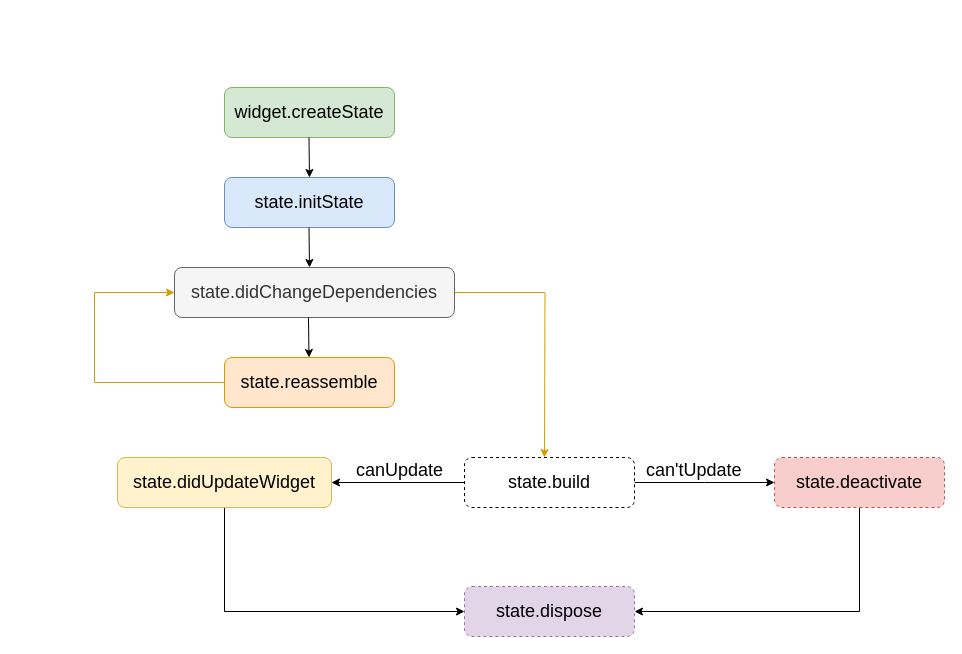
This is t.drawio from jinjilynn/flutter_tour, a draw.io file, before an edit. Source tidied: cells renumbered, new cells numbered last; positions are measured from the earlier drawing's top-left corner, leaving out a move shared by most shapes. Both pictures are drawn from the tidied source at 100%, with x=0, y=0 at pixel (94, 87).
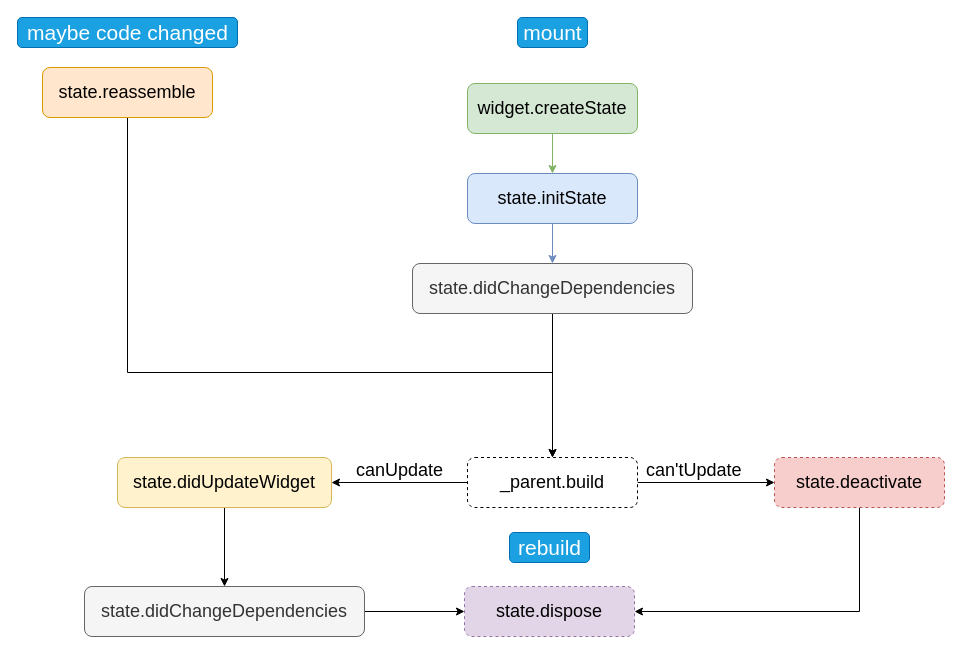
The same diagram, later.

Unchanged cells that the change refers to:
```xml
<mxCell id="15" value="&lt;span style=&quot;font-size: 18px&quot;&gt;state.didUpdateWidget&lt;/span&gt;" style="rounded=1;whiteSpace=wrap;html=1;fillColor=#fff2cc;strokeColor=#d6b656;" parent="1" vertex="1">
  <mxGeometry x="23" y="370" width="214" height="50" as="geometry" />
</mxCell>
<mxCell id="19" value="&lt;span style=&quot;font-size: 18px&quot;&gt;state.deactivate&lt;/span&gt;" style="rounded=1;whiteSpace=wrap;html=1;dashed=1;fillColor=#f8cecc;strokeColor=#b85450;" parent="1" vertex="1">
  <mxGeometry x="680" y="370" width="170" height="50" as="geometry" />
</mxCell>
<mxCell id="20" value="&lt;span style=&quot;font-size: 18px&quot;&gt;state.dispose&lt;/span&gt;" style="rounded=1;whiteSpace=wrap;html=1;dashed=1;fillColor=#e1d5e7;strokeColor=#9673a6;" parent="1" vertex="1">
  <mxGeometry x="370" y="499" width="170" height="50" as="geometry" />
</mxCell>
```

What changed in the source:
```diff
@@
+    <mxCell id="18" style="edgeStyle=orthogonalEdgeStyle;rounded=0;jettySize=auto;html=1;exitX=0.5;exitY=1;exitDx=0;exitDy=0;entryX=0.5;entryY=0;entryDx=0;entryDy=0;fontSize=21;fillColor=#d5e8d4;strokeColor=#82b366;" parent="1" edge="1" source="2" target="4">
+      <mxGeometry relative="1" as="geometry" />
+    </mxCell>
     <mxCell id="2" value="&lt;font style=&quot;font-size: 18px&quot;&gt;widget.createState&lt;/font&gt;" style="rounded=1;whiteSpace=wrap;html=1;fillColor=#d5e8d4;strokeColor=#82b366;" parent="1" vertex="1">
-      <mxGeometry x="130" width="170" height="50" as="geometry" />
+      <mxGeometry x="373" y="-4" width="170" height="50" as="geometry" />
     </mxCell>
-    <mxCell id="3" style="endArrow=classic;html=1;" parent="1" edge="1">
-      <mxGeometry relative="1" as="geometry">
-        <mxPoint x="214.5" y="50" as="sourcePoint" />
-        <mxPoint x="215" y="90" as="targetPoint" />
-      </mxGeometry>
-    </mxCell>
+    <mxCell id="21" style="edgeStyle=orthogonalEdgeStyle;rounded=0;jettySize=auto;html=1;exitX=0.5;exitY=1;exitDx=0;exitDy=0;entryX=0.5;entryY=0;entryDx=0;entryDy=0;fontSize=21;fillColor=#dae8fc;strokeColor=#6c8ebf;" parent="1" edge="1" source="4" target="23">
+      <mxGeometry relative="1" as="geometry" />
+    </mxCell>
     <mxCell id="4" value="&lt;span style=&quot;font-size: 18px&quot;&gt;state.initState&lt;/span&gt;" style="rounded=1;whiteSpace=wrap;html=1;fillColor=#dae8fc;strokeColor=#6c8ebf;" parent="1" vertex="1">
-      <mxGeometry x="130" y="90" width="170" height="50" as="geometry" />
+      <mxGeometry x="373" y="86" width="170" height="50" as="geometry" />
     </mxCell>
-    <mxCell id="5" style="endArrow=classic;html=1;" parent="1" edge="1">
-      <mxGeometry relative="1" as="geometry">
-        <mxPoint x="214.5" y="140" as="sourcePoint" />
-        <mxPoint x="215" y="180" as="targetPoint" />
-      </mxGeometry>
-    </mxCell>
-    <mxCell id="6" style="edgeStyle=orthogonalEdgeStyle;rounded=0;jettySize=auto;html=1;exitX=1;exitY=0.5;exitDx=0;exitDy=0;fillColor=#ffe6cc;strokeColor=#d79b00;" parent="1" edge="1" source="7">
-      <mxGeometry relative="1" as="geometry">
-        <mxPoint x="450" y="370" as="targetPoint" />
-      </mxGeometry>
-    </mxCell>
-    <mxCell id="7" value="&lt;span style=&quot;font-size: 18px&quot;&gt;state.didChangeDependencies&lt;/span&gt;" style="rounded=1;whiteSpace=wrap;html=1;fillColor=#f5f5f5;strokeColor=#666666;fontColor=#333333;" parent="1" vertex="1">
-      <mxGeometry x="80" y="180" width="280" height="50" as="geometry" />
-    </mxCell>
-    <mxCell id="8" style="edgeStyle=orthogonalEdgeStyle;rounded=0;jettySize=auto;html=1;exitX=0;exitY=0.5;exitDx=0;exitDy=0;entryX=0;entryY=0.5;entryDx=0;entryDy=0;fillColor=#ffe6cc;strokeColor=#d79b00;" parent="1" edge="1" source="9" target="7">
-      <mxGeometry relative="1" as="geometry">
-        <Array as="points">
-          <mxPoint y="295" />
-          <mxPoint y="205" />
-        </Array>
-      </mxGeometry>
-    </mxCell>
+    <mxCell id="22" style="edgeStyle=orthogonalEdgeStyle;rounded=0;jettySize=auto;html=1;exitX=0.5;exitY=1;exitDx=0;exitDy=0;fontSize=21;fillColor=#f5f5f5;strokeColor=#000000;" parent="1" edge="1" source="23" target="27">
+      <mxGeometry relative="1" as="geometry" />
+    </mxCell>
+    <mxCell id="23" value="&lt;span style=&quot;font-size: 18px&quot;&gt;state.didChangeDependencies&lt;/span&gt;" style="rounded=1;whiteSpace=wrap;html=1;fillColor=#f5f5f5;strokeColor=#666666;fontColor=#333333;" parent="1" vertex="1">
+      <mxGeometry x="318" y="176" width="280" height="50" as="geometry" />
+    </mxCell>
+    <mxCell id="24" style="edgeStyle=orthogonalEdgeStyle;rounded=0;jettySize=auto;html=1;exitX=0.5;exitY=1;exitDx=0;exitDy=0;entryX=0.5;entryY=0;entryDx=0;entryDy=0;fontSize=21;" parent="1" edge="1" source="9" target="27">
+      <mxGeometry relative="1" as="geometry">
+        <Array as="points">
+          <mxPoint x="33" y="285" />
+          <mxPoint x="458" y="285" />
+        </Array>
+      </mxGeometry>
+    </mxCell>
     <mxCell id="9" value="&lt;span style=&quot;font-size: 18px&quot;&gt;state.&lt;/span&gt;&lt;span style=&quot;font-size: 18px&quot;&gt;reassemble&lt;/span&gt;" style="rounded=1;whiteSpace=wrap;html=1;fillColor=#ffe6cc;strokeColor=#d79b00;" parent="1" vertex="1">
-      <mxGeometry x="130" y="270" width="170" height="50" as="geometry" />
+      <mxGeometry x="-52" y="-20" width="170" height="50" as="geometry" />
     </mxCell>
-    <mxCell id="10" style="endArrow=classic;html=1;" parent="1" edge="1">
-      <mxGeometry relative="1" as="geometry">
-        <mxPoint x="214" y="230" as="sourcePoint" />
-        <mxPoint x="214.5" y="270" as="targetPoint" />
-      </mxGeometry>
-    </mxCell>
-    <mxCell id="11" style="edgeStyle=orthogonalEdgeStyle;rounded=0;jettySize=auto;html=1;exitX=0;exitY=0.5;exitDx=0;exitDy=0;entryX=1;entryY=0.5;entryDx=0;entryDy=0;" parent="1" edge="1" source="13" target="15">
-      <mxGeometry relative="1" as="geometry" />
-    </mxCell>
-    <mxCell id="12" style="edgeStyle=orthogonalEdgeStyle;rounded=0;jettySize=auto;html=1;" parent="1" edge="1" source="13">
-      <mxGeometry relative="1" as="geometry">
-        <mxPoint x="680" y="395" as="targetPoint" />
-      </mxGeometry>
-    </mxCell>
-    <mxCell id="13" value="&lt;span style=&quot;font-size: 18px&quot;&gt;state.build&lt;/span&gt;" style="rounded=1;whiteSpace=wrap;html=1;dashed=1;" parent="1" vertex="1">
-      <mxGeometry x="370" y="370" width="170" height="50" as="geometry" />
-    </mxCell>
-    <mxCell id="14" style="edgeStyle=orthogonalEdgeStyle;rounded=0;jettySize=auto;html=1;exitX=0.5;exitY=1;exitDx=0;exitDy=0;entryX=0;entryY=0.5;entryDx=0;entryDy=0;" parent="1" edge="1" source="15" target="20">
-      <mxGeometry relative="1" as="geometry" />
-    </mxCell>
+    <mxCell id="25" style="edgeStyle=orthogonalEdgeStyle;rounded=0;jettySize=auto;html=1;exitX=0;exitY=0.5;exitDx=0;exitDy=0;entryX=1;entryY=0.5;entryDx=0;entryDy=0;" parent="1" edge="1" source="27" target="15">
+      <mxGeometry relative="1" as="geometry" />
+    </mxCell>
+    <mxCell id="26" style="edgeStyle=orthogonalEdgeStyle;rounded=0;jettySize=auto;html=1;" parent="1" edge="1" source="27">
+      <mxGeometry relative="1" as="geometry">
+        <mxPoint x="680" y="395" as="targetPoint" />
+      </mxGeometry>
+    </mxCell>
+    <mxCell id="27" value="&lt;span style=&quot;font-size: 18px&quot;&gt;_parent.build&lt;/span&gt;" style="rounded=1;whiteSpace=wrap;html=1;dashed=1;" parent="1" vertex="1">
+      <mxGeometry x="373" y="370" width="170" height="50" as="geometry" />
+    </mxCell>
+    <mxCell id="28" style="edgeStyle=orthogonalEdgeStyle;rounded=0;jettySize=auto;html=1;exitX=0.5;exitY=1;exitDx=0;exitDy=0;entryX=0.5;entryY=0;entryDx=0;entryDy=0;fontSize=21;" parent="1" edge="1" source="15" target="33">
+      <mxGeometry relative="1" as="geometry" />
+    </mxCell>
@@
-    <mxCell id="18" style="edgeStyle=orthogonalEdgeStyle;rounded=0;jettySize=auto;html=1;exitX=0.5;exitY=1;exitDx=0;exitDy=0;entryX=1;entryY=0.5;entryDx=0;entryDy=0;" parent="1" edge="1" source="19" target="20">
-      <mxGeometry relative="1" as="geometry" />
-    </mxCell>
+    <mxCell id="29" style="edgeStyle=orthogonalEdgeStyle;rounded=0;jettySize=auto;html=1;exitX=0.5;exitY=1;exitDx=0;exitDy=0;entryX=1;entryY=0.5;entryDx=0;entryDy=0;" parent="1" edge="1" source="19" target="20">
+      <mxGeometry relative="1" as="geometry" />
+    </mxCell>
@@
+    <mxCell id="30" value="&lt;font style=&quot;font-size: 21px;&quot;&gt;mount&lt;/font&gt;" style="text;html=1;align=center;verticalAlign=middle;fillColor=#1ba1e2;strokeColor=#006EAF;fontColor=#ffffff;rounded=1;fontSize=21;" parent="1" vertex="1">
+      <mxGeometry x="423" y="-70" width="70" height="30" as="geometry" />
+    </mxCell>
+    <mxCell id="31" value="&lt;font style=&quot;font-size: 21px;&quot;&gt;maybe code changed&lt;/font&gt;" style="text;html=1;align=center;verticalAlign=middle;fillColor=#1ba1e2;strokeColor=#006EAF;fontColor=#ffffff;rounded=1;fontSize=21;" parent="1" vertex="1">
+      <mxGeometry x="-77" y="-70" width="220" height="30" as="geometry" />
+    </mxCell>
+    <mxCell id="32" style="edgeStyle=orthogonalEdgeStyle;rounded=0;jettySize=auto;html=1;exitX=1;exitY=0.5;exitDx=0;exitDy=0;entryX=0;entryY=0.5;entryDx=0;entryDy=0;fontSize=21;" parent="1" edge="1" source="33" target="20">
+      <mxGeometry relative="1" as="geometry" />
+    </mxCell>
+    <mxCell id="33" value="&lt;span style=&quot;font-size: 18px&quot;&gt;state.didChangeDependencies&lt;/span&gt;" style="rounded=1;whiteSpace=wrap;html=1;fillColor=#f5f5f5;strokeColor=#666666;fontColor=#333333;" parent="1" vertex="1">
+      <mxGeometry x="-10" y="499" width="280" height="50" as="geometry" />
+    </mxCell>
+    <mxCell id="34" value="&lt;font style=&quot;font-size: 21px&quot;&gt;rebuild&lt;/font&gt;" style="text;html=1;align=center;verticalAlign=middle;fillColor=#1ba1e2;strokeColor=#006EAF;fontColor=#ffffff;rounded=1;fontSize=21;" parent="1" vertex="1">
+      <mxGeometry x="415" y="445" width="80" height="30" as="geometry" />
+    </mxCell>
```
